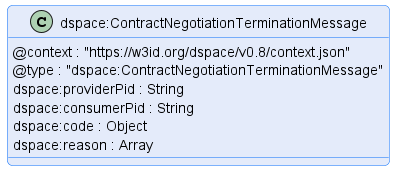
Above: negotiation/message/diagram/contract-negotiation-termination-message.png in International-Data-Spaces-Association/ids-specification (PlantUML), before the change.
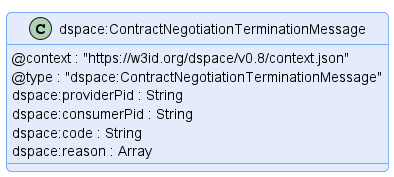
The same diagram one commit later.

Commit message:
chore(CN-termination): align type of `code` with spec documents

Diff of the diagram source:
```diff
@@ -11,7 +11,7 @@
     @type : "dspace:ContractNegotiationTerminationMessage"
     dspace:providerPid : String
     dspace:consumerPid : String
-    dspace:code : Object
+    dspace:code : String
     dspace:reason : Array
 }
 
```
